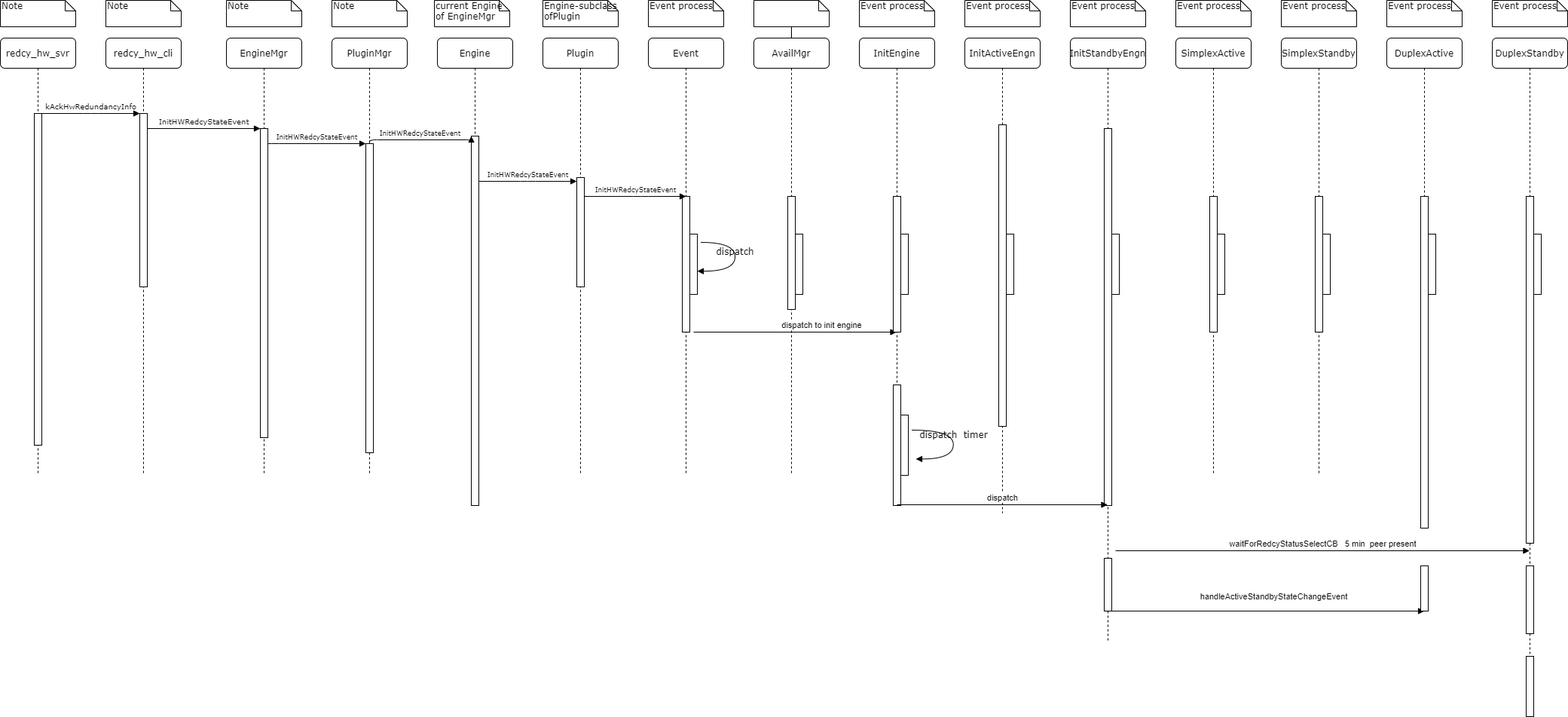
Before: UML/StartStandbyRedundancy.png, a diagram exported from draw.io (Steve888888/FN-Redundancy). Source tidied: cells renumbered, new cells last; positions are measured from the earlier drawing's top-left corner, leaving out a move shared by most shapes.
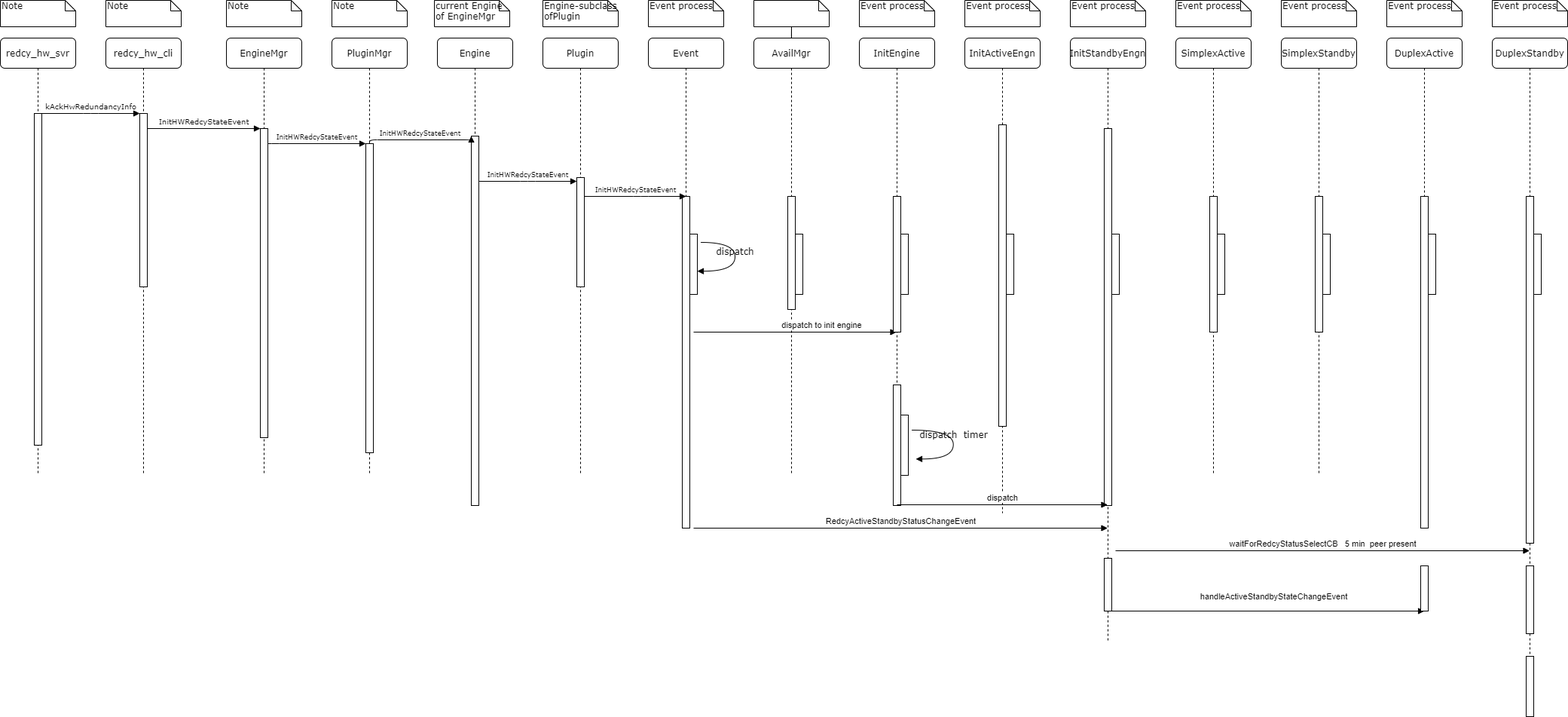
After the commit.

The edit, as a diff of the source:
```diff
@@ -27,10 +27,10 @@
       <mxGeometry x="45" y="185" width="10" height="145" as="geometry" />
     </mxCell>
     <mxCell id="10" value="Event" style="shape=umlLifeline;perimeter=lifelinePerimeter;whiteSpace=wrap;html=1;rounded=1;shadow=0;comic=0;labelBackgroundColor=none;strokeWidth=1;fontFamily=Verdana;fontSize=12;align=center;" parent="1" vertex="1">
-      <mxGeometry x="860" y="50" width="100" height="580" as="geometry" />
+      <mxGeometry x="860" y="50" width="100" height="650" as="geometry" />
     </mxCell>
     <mxCell id="11" style="html=1;perimeter=orthogonalPerimeter;rounded=0;shadow=0;comic=0;labelBackgroundColor=none;strokeColor=#000000;strokeWidth=1;fillColor=#FFFFFF;fontFamily=Verdana;fontSize=12;fontColor=#000000;align=center;" parent="10" vertex="1">
-      <mxGeometry x="45" y="210" width="10" height="180" as="geometry" />
+      <mxGeometry x="45" y="210" width="10" height="440" as="geometry" />
     </mxCell>
     <mxCell id="12" style="html=1;perimeter=orthogonalPerimeter;" parent="10" vertex="1">
       <mxGeometry x="55" y="260" width="10" height="80" as="geometry" />
@@ -256,5 +256,10 @@
     <mxCell id="74" style="html=1;perimeter=orthogonalPerimeter;" parent="1" vertex="1">
       <mxGeometry x="2025" y="870" width="10" height="80" as="geometry" />
     </mxCell>
+    <mxCell id="75" value="RedcyActiveStandbyStatusChangeEvent" style="html=1;verticalAlign=bottom;endArrow=block;" parent="1" edge="1" target="49">
+      <mxGeometry relative="1" as="geometry">
+        <mxPoint x="920" y="700" as="sourcePoint" />
+      </mxGeometry>
+    </mxCell>
   </root>
 </mxGraphModel>
```
